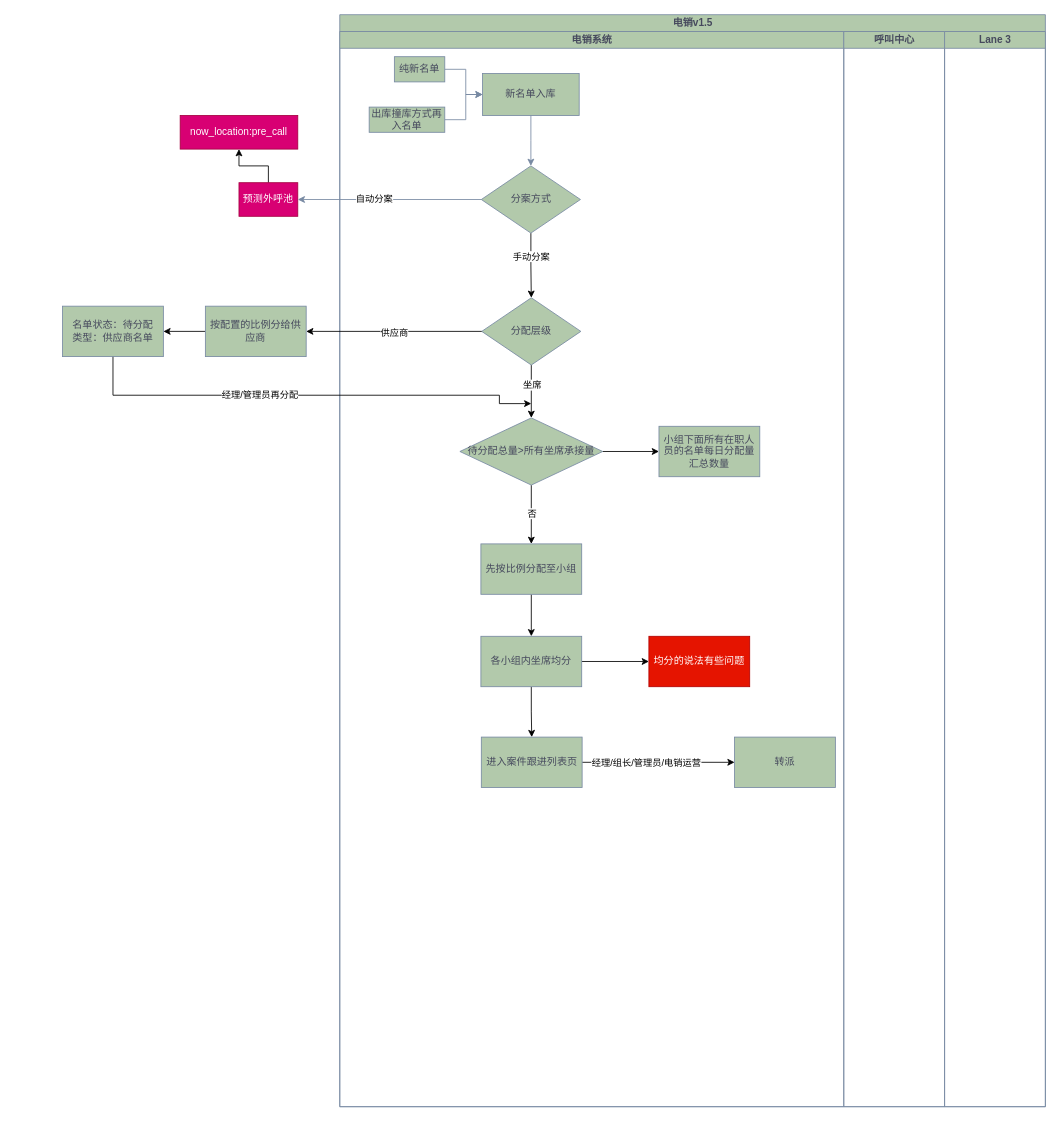
Above: 电销v1.5泳道图.drawio in yuanlj-tea/picgo (draw.io), before the change. Source tidied: cells renumbered, new cells numbered last; positions are measured from the earlier drawing's top-left corner, leaving out a move shared by most shapes. Both pictures are drawn from the tidied source at 84%, with x=0, y=0 at pixel (62, 14).
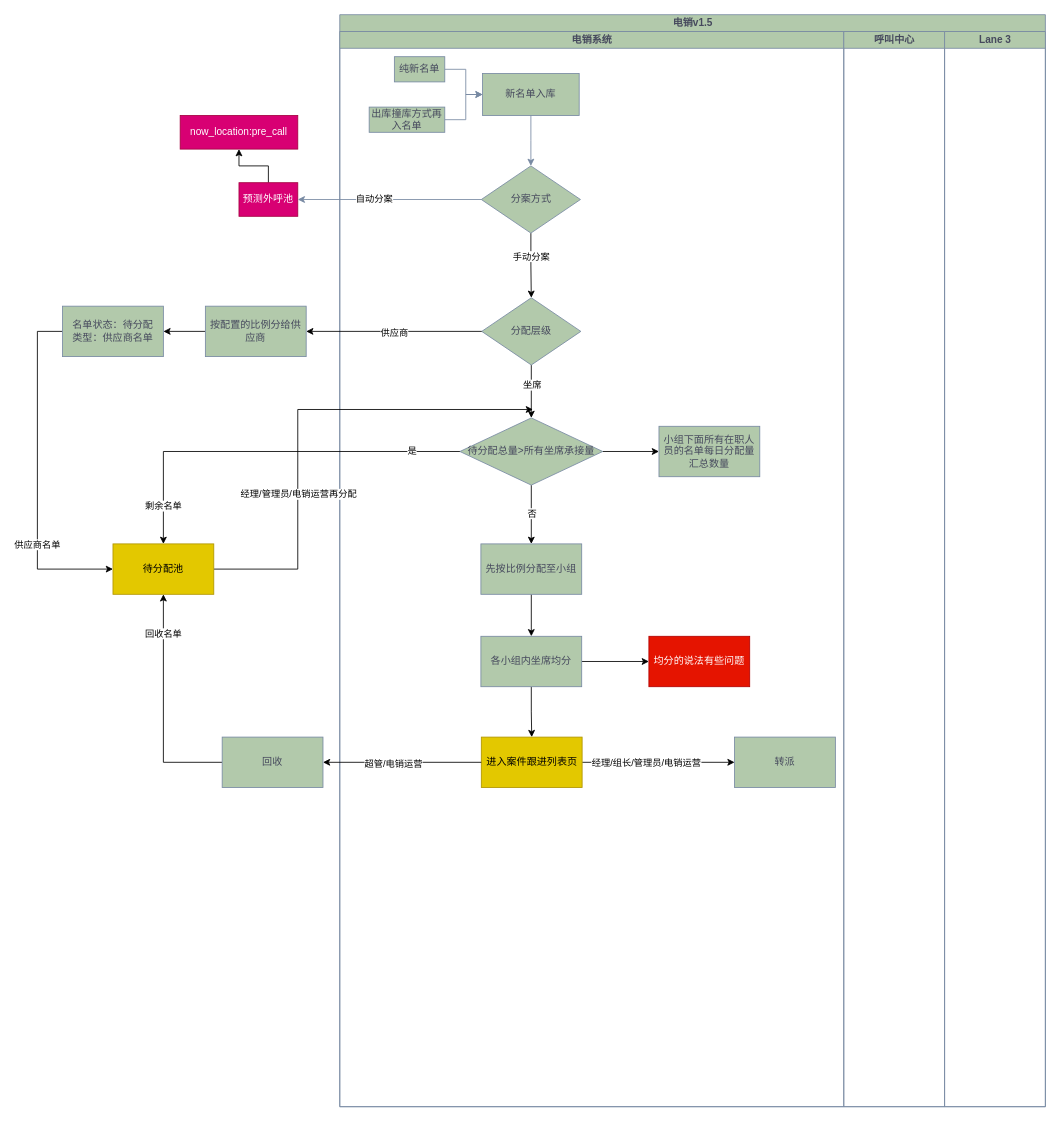
Above is the later version.

Commit message:
更新电销v1.5泳道图.drawio

Unchanged cells that the change refers to:
```xml
<mxCell id="3" value="电销系统" style="swimlane;startSize=20;html=1;labelBackgroundColor=none;fillColor=#B2C9AB;strokeColor=#788AA3;fontColor=#46495D;" parent="2" vertex="1">
  <mxGeometry y="20" width="600" height="1280" as="geometry" />
</mxCell>
<mxCell id="19" value="待分配总量&amp;gt;所有坐席承接量" style="rhombus;whiteSpace=wrap;html=1;labelBackgroundColor=none;fillColor=#B2C9AB;strokeColor=#788AA3;fontColor=#46495D;" parent="3" vertex="1">
  <mxGeometry x="143" y="460" width="170" height="80" as="geometry" />
</mxCell>
<mxCell id="44" value="名单状态：待分配&lt;br&gt;类型：供应商名单" style="whiteSpace=wrap;html=1;fillColor=#B2C9AB;strokeColor=#788AA3;fontColor=#46495D;labelBackgroundColor=none;" parent="1" vertex="1">
  <mxGeometry y="347" width="120" height="60" as="geometry" />
</mxCell>
```

Change to the diagram source:
```diff
@@
-    <mxCell id="29" value="进入案件跟进列表页" style="whiteSpace=wrap;html=1;fillColor=#B2C9AB;strokeColor=#788AA3;fontColor=#46495D;labelBackgroundColor=none;" parent="3" vertex="1">
+    <mxCell id="29" value="进入案件跟进列表页" style="whiteSpace=wrap;html=1;fillColor=#e3c800;strokeColor=#B09500;fontColor=#000000;labelBackgroundColor=none;" parent="3" vertex="1">
       <mxGeometry x="168.5" y="840" width="120" height="60" as="geometry" />
     </mxCell>
-    <mxCell id="30" style="edgeStyle=orthogonalEdgeStyle;rounded=0;orthogonalLoop=1;jettySize=auto;html=1;" parent="3" edge="1">
-      <mxGeometry relative="1" as="geometry">
-        <mxPoint x="-270" y="380" as="sourcePoint" />
-        <mxPoint x="228" y="443" as="targetPoint" />
-        <Array as="points">
-          <mxPoint x="-270" y="433" />
-          <mxPoint x="190" y="433" />
-          <mxPoint x="190" y="443" />
-        </Array>
-      </mxGeometry>
-    </mxCell>
-    <mxCell id="31" value="经理/管理员再分配" style="edgeLabel;html=1;align=center;verticalAlign=middle;" parent="30" vertex="1">
-      <mxGeometry x="-0.19" y="1" relative="1" as="geometry" />
-    </mxCell>
@@
+    <mxCell id="45" style="edgeStyle=orthogonalEdgeStyle;rounded=0;jettySize=auto;html=1;exitX=1;exitY=0.5;exitDx=0;exitDy=0;" parent="3" edge="1" source="54">
+      <mxGeometry relative="1" as="geometry">
+        <mxPoint x="230" y="450" as="targetPoint" />
+        <Array as="points">
+          <mxPoint x="-50" y="640" />
+          <mxPoint x="-50" y="450" />
+        </Array>
+      </mxGeometry>
+    </mxCell>
+    <mxCell id="46" value="经理/管理员/电销运营再分配" style="edgeLabel;html=1;align=center;verticalAlign=middle;" parent="45" vertex="1">
+      <mxGeometry x="-0.49" y="1" relative="1" as="geometry">
+        <mxPoint x="1" y="-45" as="offset" />
+      </mxGeometry>
+    </mxCell>
@@
+    <mxCell id="47" style="edgeStyle=orthogonalEdgeStyle;rounded=0;jettySize=auto;html=1;entryX=0;entryY=0.5;entryDx=0;entryDy=0;" parent="1" edge="1" source="44" target="54">
+      <mxGeometry relative="1" as="geometry">
+        <Array as="points">
+          <mxPoint x="-30" y="377" />
+          <mxPoint x="-30" y="660" />
+        </Array>
+      </mxGeometry>
+    </mxCell>
+    <mxCell id="48" value="供应商名单" style="edgeLabel;html=1;align=center;verticalAlign=middle;" parent="47" vertex="1">
+      <mxGeometry x="0.68" y="3" relative="1" as="geometry">
+        <mxPoint x="-26" y="-27" as="offset" />
+      </mxGeometry>
+    </mxCell>
@@
+    <mxCell id="49" style="edgeStyle=orthogonalEdgeStyle;rounded=0;jettySize=auto;html=1;entryX=0.5;entryY=1;entryDx=0;entryDy=0;" parent="1" edge="1" source="51" target="54">
+      <mxGeometry relative="1" as="geometry" />
+    </mxCell>
+    <mxCell id="50" value="回收名单" style="edgeLabel;html=1;align=center;verticalAlign=middle;" parent="49" vertex="1">
+      <mxGeometry x="0.66" y="1" relative="1" as="geometry" />
+    </mxCell>
+    <mxCell id="51" value="回收" style="whiteSpace=wrap;html=1;fillColor=#B2C9AB;strokeColor=#788AA3;fontColor=#46495D;labelBackgroundColor=none;" parent="1" vertex="1">
+      <mxGeometry x="190" y="860" width="120" height="60" as="geometry" />
+    </mxCell>
+    <mxCell id="52" style="edgeStyle=orthogonalEdgeStyle;rounded=0;jettySize=auto;html=1;" parent="1" edge="1" source="29" target="51">
+      <mxGeometry relative="1" as="geometry" />
+    </mxCell>
+    <mxCell id="53" value="超管/电销运营" style="edgeLabel;html=1;align=center;verticalAlign=middle;" parent="52" vertex="1">
+      <mxGeometry x="0.11" y="1" relative="1" as="geometry" />
+    </mxCell>
+    <mxCell id="54" value="待分配池" style="whiteSpace=wrap;html=1;fillColor=#e3c800;strokeColor=#B09500;fontColor=#000000;labelBackgroundColor=none;" parent="1" vertex="1">
+      <mxGeometry x="60" y="630" width="120" height="60" as="geometry" />
+    </mxCell>
+    <mxCell id="55" style="edgeStyle=orthogonalEdgeStyle;rounded=0;jettySize=auto;html=1;entryX=0.5;entryY=0;entryDx=0;entryDy=0;" parent="1" edge="1" source="19" target="54">
+      <mxGeometry relative="1" as="geometry" />
+    </mxCell>
+    <mxCell id="56" value="是" style="edgeLabel;html=1;align=center;verticalAlign=middle;" parent="55" vertex="1">
+      <mxGeometry x="-0.75" y="-2" relative="1" as="geometry" />
+    </mxCell>
+    <mxCell id="57" value="剩余名单" style="edgeLabel;html=1;align=center;verticalAlign=middle;" parent="55" vertex="1">
+      <mxGeometry x="0.8" y="-1" relative="1" as="geometry" />
+    </mxCell>
```
